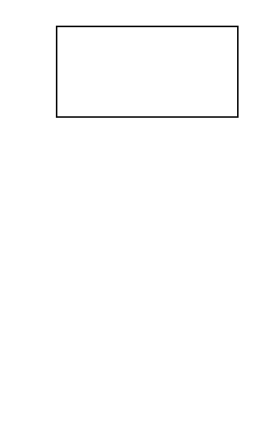
Earlier version of the draw.io diagram 智能控制系统架构.drawio (csroderek/drawio). Source tidied: cells renumbered, new cells numbered last; positions are measured from the earlier drawing's top-left corner, leaving out a move shared by most shapes. Both pictures are drawn from the tidied source at 151%, with x=0, y=0 at pixel (56, 26). Pictures stored in the file or linked from it are replaced by grey dashed boxes.
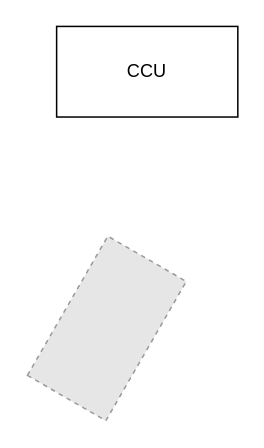
Above is the later version.

Commit message (it also covers changes not shown here):
更新智能控制系统架构.drawio

Diff of the diagram source:
```diff
@@
 <mxGraphModel>
   <root>
     <mxCell id="0" />
     <mxCell id="1" parent="0" />
-    <mxCell id="2" style="rounded=0;whiteSpace=wrap;html=1;" parent="1" vertex="1">
+    <mxCell id="2" value="CCU" style="rounded=0;whiteSpace=wrap;html=1;" parent="1" vertex="1">
       <mxGeometry width="120" height="60" as="geometry" />
     </mxCell>
+    <mxCell id="3" style="fillColor=#E6E6E6;strokeColor=#999999;dashed=1;verticalLabelPosition=bottom;verticalAlign=top;rotation=-60;" parent="1" vertex="1">
+      <mxGeometry x="-20" y="170" width="106.5" height="60" as="geometry" />
+    </mxCell>
   </root>
 </mxGraphModel>
```
